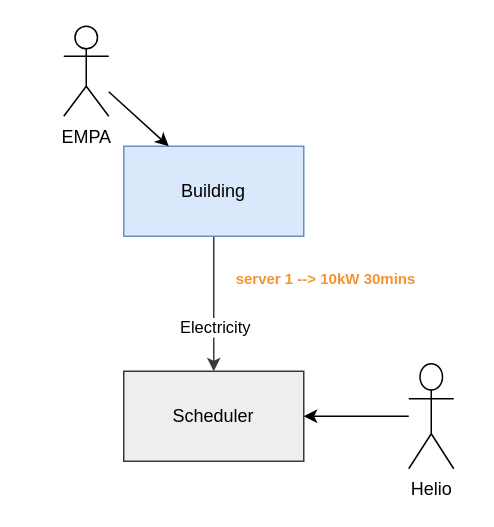
Before: Requirements EMS SWO.drawio in ECO-Qube/doc, a draw.io diagram. Source tidied: cells renumbered, new cells numbered last; positions are measured from the earlier drawing's top-left corner, leaving out a move shared by most shapes. Both pictures are drawn from the tidied source at 150%, with x=0, y=0 at pixel (63, 26).
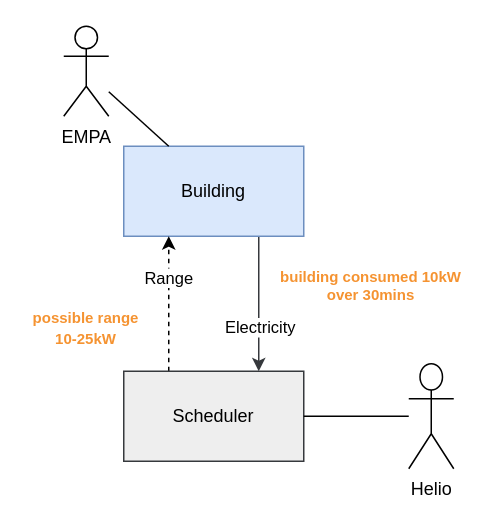
After the change.

Commit message (it also covers changes not shown here):
Update EMS SWO diagram

The edit, as a diff of the source:
```diff
@@
 <mxGraphModel>
   <root>
     <mxCell id="0" />
     <mxCell id="1" parent="0" />
-    <mxCell id="2" style="edgeStyle=orthogonalEdgeStyle;rounded=0;jettySize=auto;html=1;exitX=0.5;exitY=1;exitDx=0;exitDy=0;entryX=0.5;entryY=0;entryDx=0;entryDy=0;fillColor=#cce5ff;strokeColor=#36393d;" parent="1" edge="1" source="4" target="5">
+    <mxCell id="2" style="edgeStyle=orthogonalEdgeStyle;rounded=0;jettySize=auto;html=1;exitX=0.75;exitY=1;exitDx=0;exitDy=0;entryX=0.75;entryY=0;entryDx=0;entryDy=0;fillColor=#cce5ff;strokeColor=#36393d;" parent="1" edge="1" source="4" target="5">
       <mxGeometry relative="1" as="geometry" />
     </mxCell>
     <mxCell id="3" value="Electricity" style="edgeLabel;html=1;align=center;verticalAlign=middle;" parent="2" vertex="1">
       <mxGeometry x="0.26" relative="1" as="geometry">
         <mxPoint y="3" as="offset" />
       </mxGeometry>
     </mxCell>
     <mxCell id="4" value="Building" style="rounded=0;whiteSpace=wrap;html=1;fillColor=#dae8fc;strokeColor=#6c8ebf;" parent="1" vertex="1">
       <mxGeometry x="40" y="80" width="120" height="60" as="geometry" />
     </mxCell>
+    <mxCell id="11" style="edgeStyle=orthogonalEdgeStyle;rounded=0;jettySize=auto;html=1;entryX=0.25;entryY=1;entryDx=0;entryDy=0;exitX=0.25;exitY=0;exitDx=0;exitDy=0;dashed=1;" parent="1" edge="1" source="5" target="4">
+      <mxGeometry relative="1" as="geometry" />
+    </mxCell>
+    <mxCell id="12" value="Range" style="edgeLabel;html=1;align=center;verticalAlign=middle;" parent="11" vertex="1">
+      <mxGeometry x="-0.34" y="1" relative="1" as="geometry">
+        <mxPoint y="-33" as="offset" />
+      </mxGeometry>
+    </mxCell>
     <mxCell id="5" value="Scheduler" style="rounded=0;whiteSpace=wrap;html=1;fillColor=#eeeeee;strokeColor=#36393d;" parent="1" vertex="1">
       <mxGeometry x="40" y="230" width="120" height="60" as="geometry" />
     </mxCell>
-    <mxCell id="6" style="edgeStyle=none;rounded=0;jettySize=auto;html=1;entryX=0.25;entryY=0;entryDx=0;entryDy=0;" parent="1" edge="1" source="7" target="4">
+    <mxCell id="6" style="edgeStyle=none;rounded=0;jettySize=auto;html=1;entryX=0.25;entryY=0;entryDx=0;entryDy=0;endArrow=none;endFill=0;" parent="1" edge="1" source="7" target="4">
       <mxGeometry relative="1" as="geometry" />
     </mxCell>
     <mxCell id="7" value="EMPA" style="shape=umlActor;verticalLabelPosition=bottom;verticalAlign=top;html=1;outlineConnect=0;" parent="1" vertex="1">
       <mxGeometry width="30" height="60" as="geometry" />
     </mxCell>
-    <mxCell id="8" style="edgeStyle=none;rounded=0;jettySize=auto;html=1;entryX=1;entryY=0.5;entryDx=0;entryDy=0;" parent="1" edge="1" source="9" target="5">
+    <mxCell id="8" style="edgeStyle=none;rounded=0;jettySize=auto;html=1;entryX=1;entryY=0.5;entryDx=0;entryDy=0;endArrow=none;endFill=0;" parent="1" edge="1" source="9" target="5">
       <mxGeometry relative="1" as="geometry" />
     </mxCell>
     <mxCell id="9" value="Helio" style="shape=umlActor;verticalLabelPosition=bottom;verticalAlign=top;html=1;outlineConnect=0;" parent="1" vertex="1">
       <mxGeometry x="230" y="225" width="30" height="70" as="geometry" />
     </mxCell>
-    <mxCell id="10" value="server 1 --&amp;gt; 10kW 30mins" style="text;html=1;align=center;verticalAlign=middle;whiteSpace=wrap;rounded=0;fontSize=10;fillColor=none;fontColor=#F59331;dashed=1;strokeColor=none;fontStyle=1;" parent="1" vertex="1">
-      <mxGeometry x="110" y="160" width="130" height="15" as="geometry" />
+    <mxCell id="10" value="building consumed 10kW over 30mins" style="text;html=1;align=center;verticalAlign=middle;whiteSpace=wrap;rounded=0;fontSize=10;fillColor=none;fontColor=#F59331;dashed=1;strokeColor=none;fontStyle=1;" parent="1" vertex="1">
+      <mxGeometry x="140" y="165" width="130" height="15" as="geometry" />
     </mxCell>
+    <mxCell id="13" value="&lt;font color=&quot;#f59331&quot;&gt;&lt;span style=&quot;font-size: 10px;&quot;&gt;&lt;b&gt;possible range 10-25kW&lt;/b&gt;&lt;/span&gt;&lt;/font&gt;" style="text;whiteSpace=wrap;html=1;align=center;" parent="1" vertex="1">
+      <mxGeometry x="-25" y="180" width="80" height="40" as="geometry" />
+    </mxCell>
   </root>
 </mxGraphModel>
```
